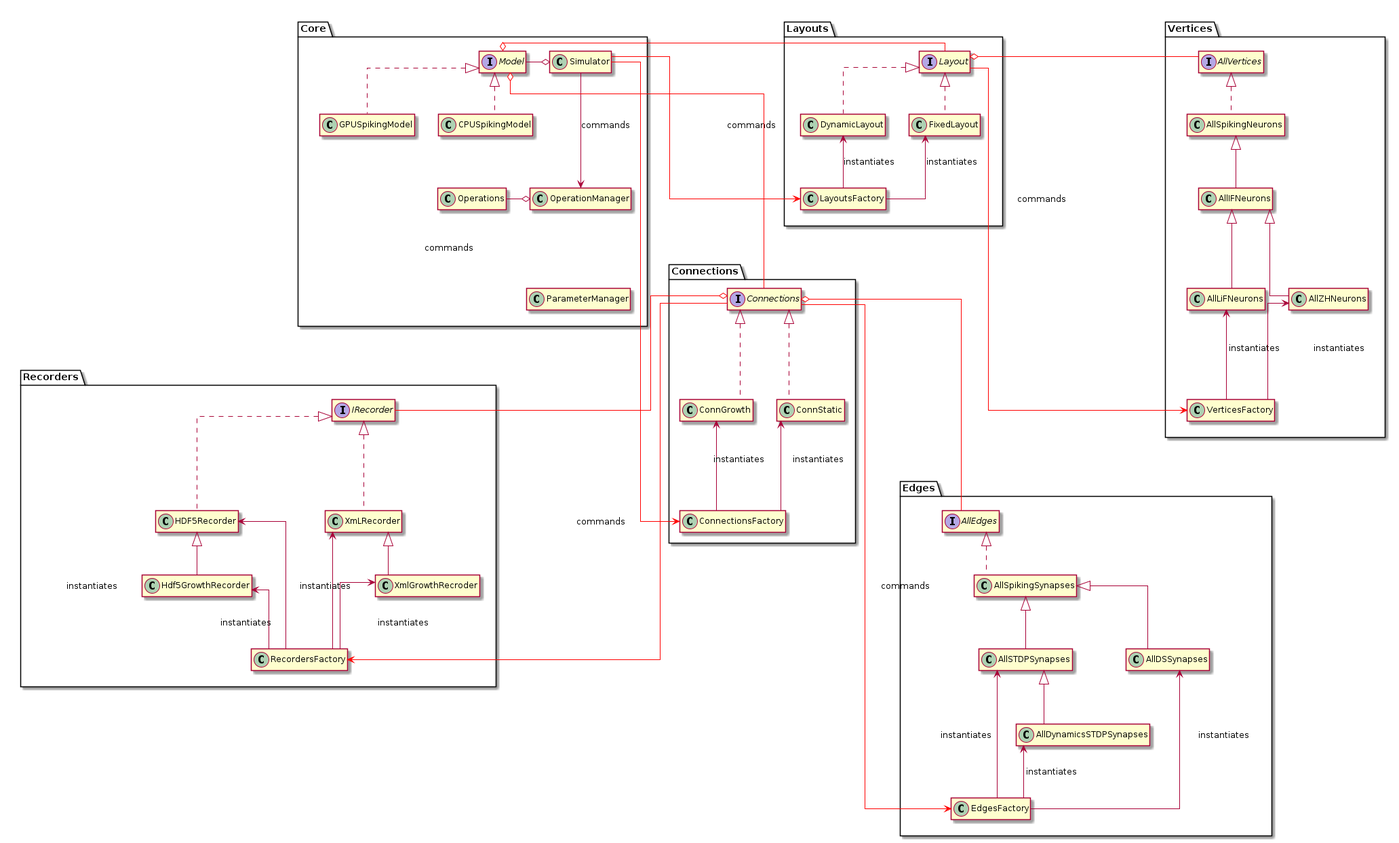
The PlantUML diagram docs/Developer/ClassDiagrams/diagrams/package UML.png in UWB-Biocomputing/Graphitti, before a commit.
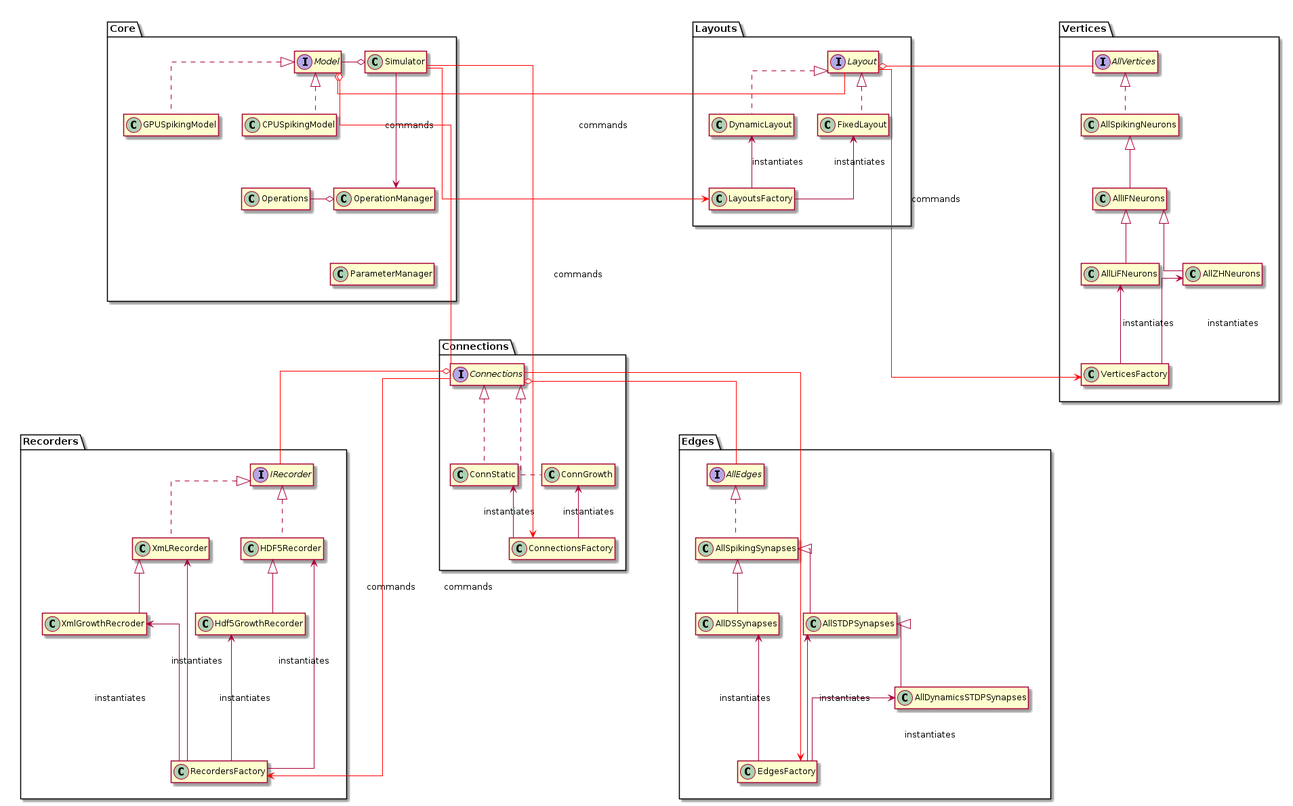
The same file after the commit.

Commit message:
Generate SVG and PNG images for PlantUML diagrams

The edit, as a diff of the source:
```diff
@@ -25,7 +25,7 @@
    class DynamicLayout implements Layout
    class LayoutsFactory
    FixedLayout <-- LayoutsFactory : instantiates
-   DynamicLayout <-- LayoutsFactory	: instantiates
+   DynamicLayout <-- LayoutsFactory : instantiates
 }
 
 package Vertices{
@@ -46,8 +46,8 @@
    class RecordersFactory
    XmLRecorder <-- RecordersFactory : instantiates
    HDF5Recorder <-- RecordersFactory : instantiates
-   XmlGrowthRecroder <-- RecordersFactory : instantiates
-   Hdf5GrowthRecorder <-- RecordersFactory : instantiates
+   XmlGrowthRecroder <--- RecordersFactory : instantiates
+   Hdf5GrowthRecorder <--- RecordersFactory : instantiates
 }
 
 package Connections{
@@ -69,21 +69,22 @@
    EdgesFactory --up> AllDynamicsSTDPSynapses : instantiates
 }
 
-Core -[hidden]right>  Layouts
-Layouts -[hidden]right> Vertices
-Core -[hidden]down---> Recorders
-Layouts -[hidden]down---> Connections
-Vertices -[hidden]down-----> Edges
+Simulator -[#red]-> LayoutsFactory : commands
+Simulator -[#red]----> ConnectionsFactory: commands
+Model o-[#red] Layout
+Model o-[#red]--- Connections
 
-Simulator -[#red]-> LayoutsFactory : commands
-Simulator -[#red]--> ConnectionsFactory: commands
-Model o-[#red] Layout
-Model o-[#red]-- Connections
 Layout o-[#red] AllVertices
 Layout -[#red]---> VerticesFactory : commands
 
 Connections o-[#red]- IRecorder
 Connections o-[#red]- AllEdges
-Connections -[#red]----> RecordersFactory : commands
-Connections -[#red]----> EdgesFactory : commands
+Connections -[#red]---> RecordersFactory : commands
+Connections -[#red]---> EdgesFactory : commands
+
+Core -[hidden]right>  Layouts
+Layouts -[hidden]right> Vertices
+Core -[hidden]down----> Recorders
+Layouts -[hidden]down----> Connections
+Vertices -[hidden]down-----> Edges
 @enduml
```
